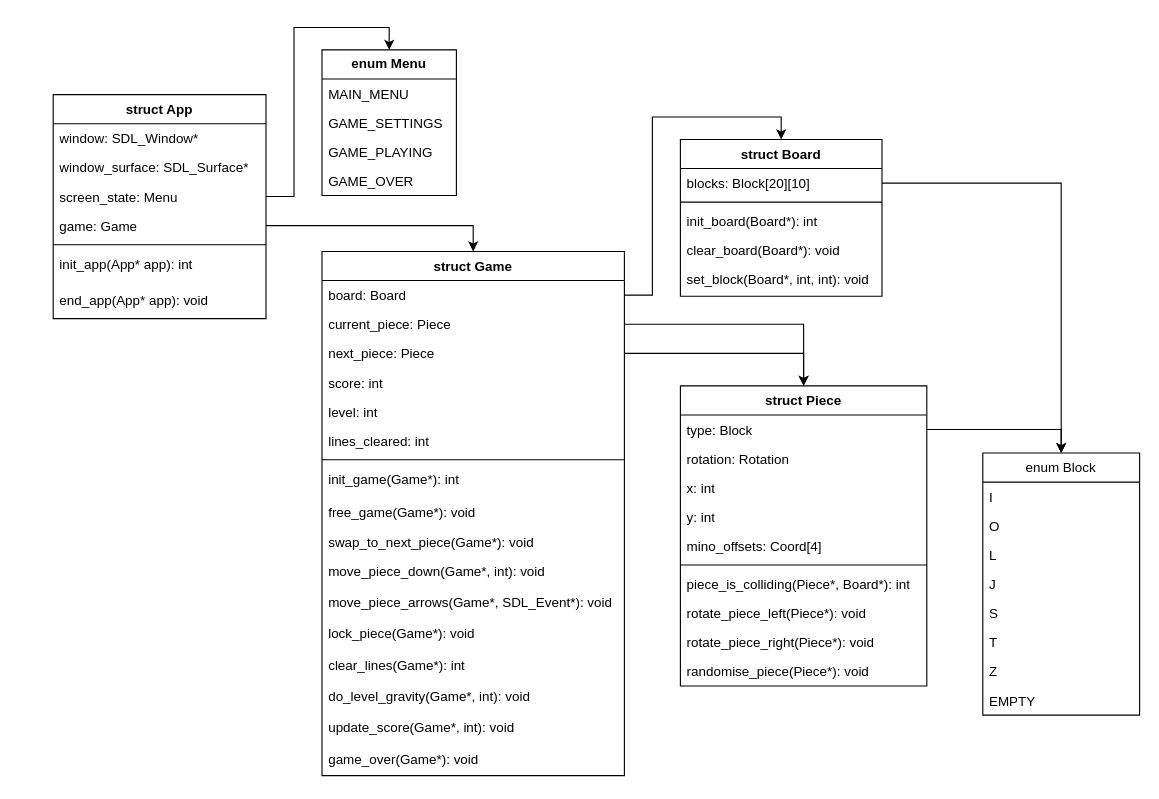
This is docs/game_uml.drawio from Catroidvania/tetris-clone, a draw.io file, before an edit. Source tidied: cells renumbered, new cells numbered last; positions are measured from the earlier drawing's top-left corner, leaving out a move shared by most shapes. Both pictures are drawn from the tidied source at 112%, with x=0, y=0 at pixel (53, 49).
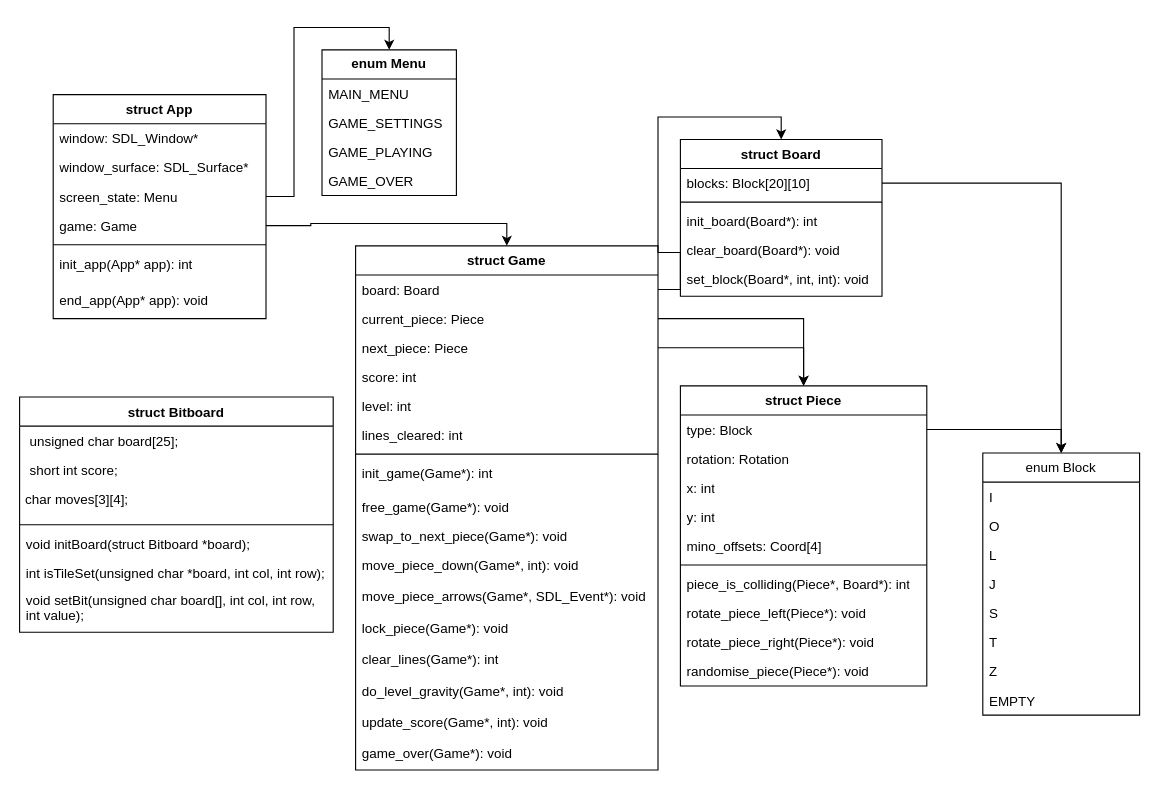
Above is the later version.

The edit, as a diff of the source:
```diff
@@
     <mxCell id="10" value="struct Game" style="swimlane;fontStyle=1;align=center;verticalAlign=top;horizontal=1;startSize=26;whiteSpace=wrap;html=1;" parent="1" vertex="1">
-      <mxGeometry x="240" y="180" width="270" height="468" as="geometry" />
+      <mxGeometry x="270" y="175" width="270" height="468" as="geometry" />
     </mxCell>
@@
+    <mxCell id="66" value="struct Bitboard" style="swimlane;fontStyle=1;align=center;verticalAlign=top;horizontal=1;startSize=26;whiteSpace=wrap;html=1;" parent="1" vertex="1">
+      <mxGeometry x="-30" y="310" width="280" height="210" as="geometry" />
+    </mxCell>
+    <mxCell id="67" value="&amp;nbsp;unsigned char board[25];&lt;br&gt;&amp;nbsp;&amp;nbsp;&amp;nbsp; " style="text;strokeColor=none;fillColor=none;align=left;verticalAlign=top;spacingLeft=4;spacingRight=4;overflow=hidden;whiteSpace=wrap;html=1;" parent="66" vertex="1">
+      <mxGeometry y="26" width="280" height="26" as="geometry" />
+    </mxCell>
+    <mxCell id="68" value="&amp;nbsp;short int score;&lt;br&gt;&amp;nbsp;&amp;nbsp;&amp;nbsp; " style="text;strokeColor=none;fillColor=none;align=left;verticalAlign=top;spacingLeft=4;spacingRight=4;overflow=hidden;whiteSpace=wrap;html=1;" parent="66" vertex="1">
+      <mxGeometry y="52" width="280" height="26" as="geometry" />
+    </mxCell>
+    <mxCell id="69" value=" char moves[3][4];" style="text;whiteSpace=wrap;" parent="66" vertex="1">
+      <mxGeometry y="78" width="280" height="32" as="geometry" />
+    </mxCell>
+    <mxCell id="70" style="line;strokeWidth=1;fillColor=none;align=left;verticalAlign=middle;spacingTop=-1;spacingLeft=3;spacingRight=3;labelPosition=right;strokeColor=inherit;" parent="66" vertex="1">
+      <mxGeometry y="110" width="280" height="8" as="geometry" />
+    </mxCell>
+    <mxCell id="71" value="void initBoard(struct Bitboard *board);" style="text;strokeColor=none;fillColor=none;align=left;verticalAlign=top;spacingLeft=4;spacingRight=4;overflow=hidden;whiteSpace=wrap;html=1;" parent="66" vertex="1">
+      <mxGeometry y="118" width="280" height="26" as="geometry" />
+    </mxCell>
+    <mxCell id="72" value="int isTileSet(unsigned char *board, int col, int row);" style="text;strokeColor=none;fillColor=none;align=left;verticalAlign=top;spacingLeft=4;spacingRight=4;overflow=hidden;whiteSpace=wrap;html=1;" parent="66" vertex="1">
+      <mxGeometry y="144" width="280" height="24" as="geometry" />
+    </mxCell>
+    <mxCell id="73" value="void setBit(unsigned char board[], int col, int row, int value);" style="text;strokeColor=none;fillColor=none;align=left;verticalAlign=top;spacingLeft=4;spacingRight=4;overflow=hidden;whiteSpace=wrap;html=1;" parent="66" vertex="1">
+      <mxGeometry y="168" width="280" height="42" as="geometry" />
+    </mxCell>
```
